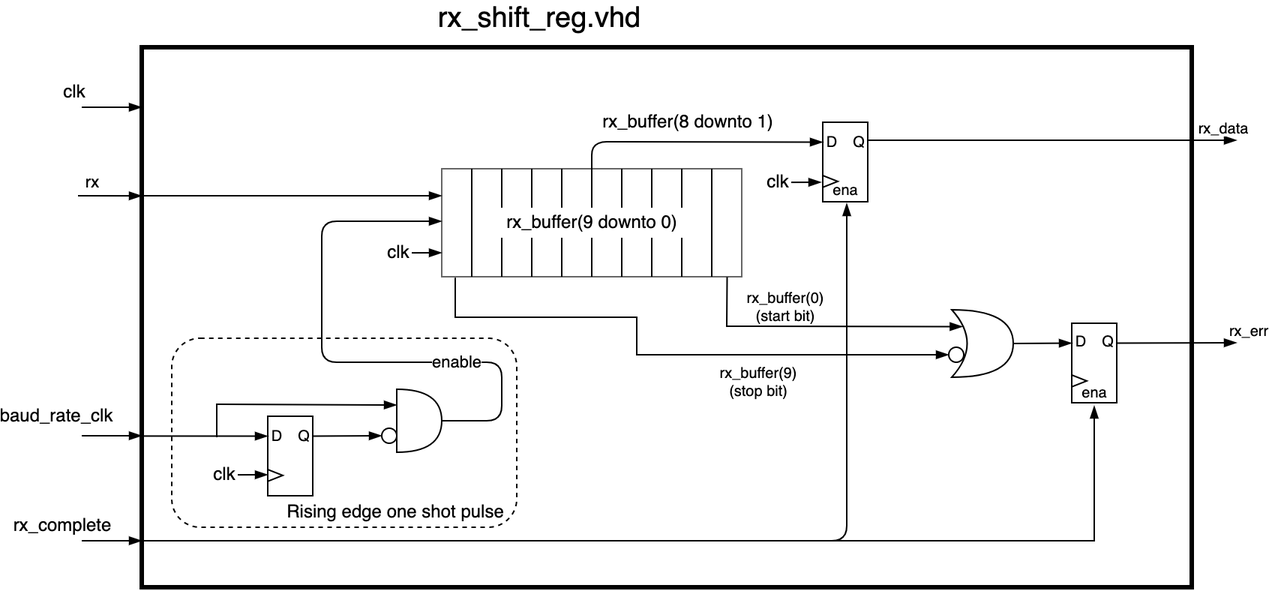
Before: fys4220-jbook/graphics/project_rx_shiftreg_architecture.png, a diagram exported from draw.io (fys4220/fys4220.github.io). Source tidied: cells renumbered, new cells last; positions are measured from the earlier drawing's top-left corner, leaving out a move shared by most shapes.
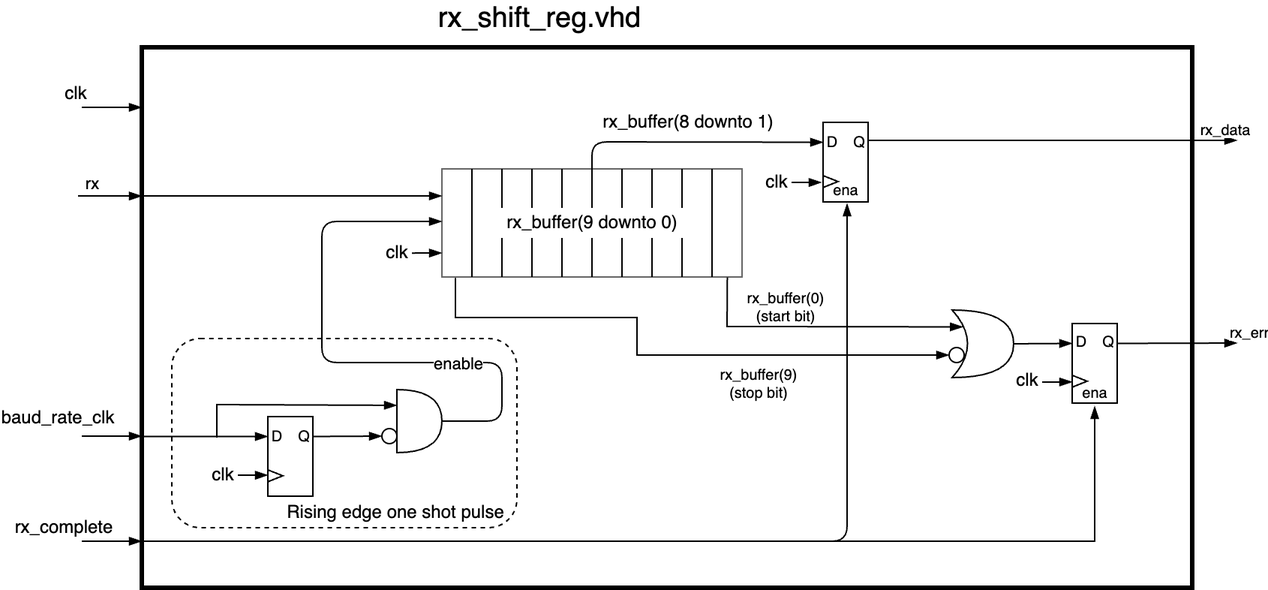
The same diagram one commit later.

What changed in the source:
```diff
@@ -334,5 +334,16 @@
         <mxPoint x="342" y="183" as="sourcePoint" />
       </mxGeometry>
     </mxCell>
+    <mxCell id="72" style="endArrow=blockThin;html=1;rounded=1;fontSize=10;strokeColor=default;strokeWidth=1;entryX=0;entryY=0.5;entryDx=0;entryDy=0;endFill=1;" parent="1" edge="1">
+      <mxGeometry relative="1" as="geometry">
+        <mxPoint x="642" y="253" as="sourcePoint" />
+        <mxPoint x="662" y="252.9" as="targetPoint" />
+      </mxGeometry>
+    </mxCell>
+    <mxCell id="73" value="&lt;font style=&quot;font-size: 12px&quot;&gt;clk&lt;/font&gt;" style="edgeLabel;html=1;align=center;verticalAlign=middle;fontSize=10;" parent="72" vertex="1">
+      <mxGeometry x="-0.57" y="1" relative="1" as="geometry">
+        <mxPoint x="-14" as="offset" />
+      </mxGeometry>
+    </mxCell>
   </root>
 </mxGraphModel>
```
